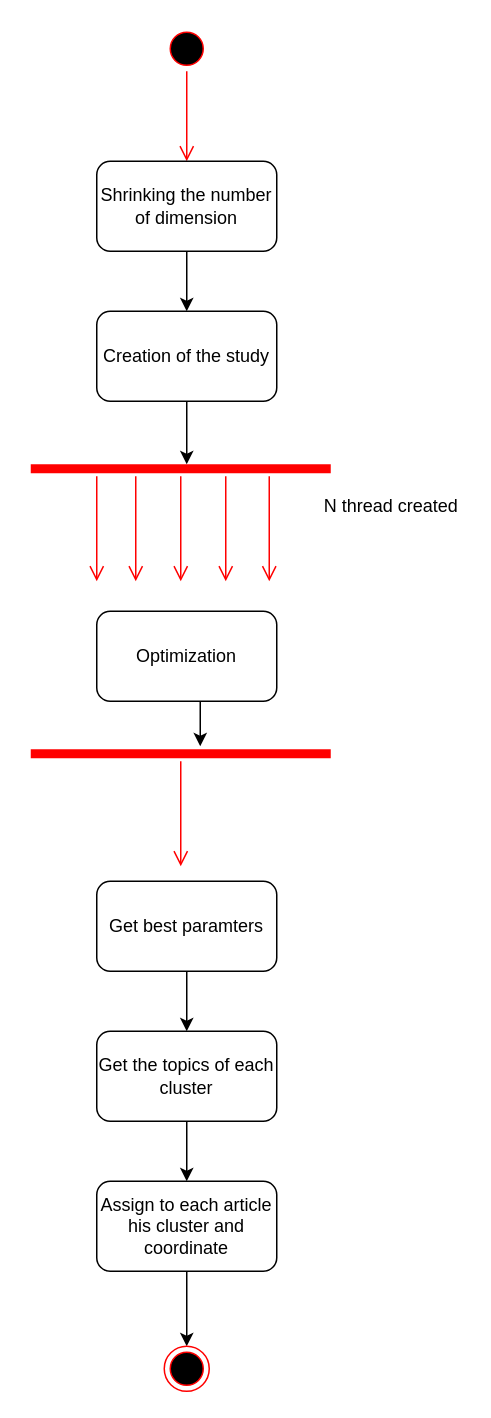
This is documents/BackEnd/clustering_diagram.drawio from khptif/systematic-review-topic, a draw.io file, before an edit. Source tidied: cells renumbered, new cells numbered last; positions are measured from the earlier drawing's top-left corner, leaving out a move shared by most shapes. Both pictures are drawn from the tidied source at 150%, with x=0, y=0 at pixel (30, 26).
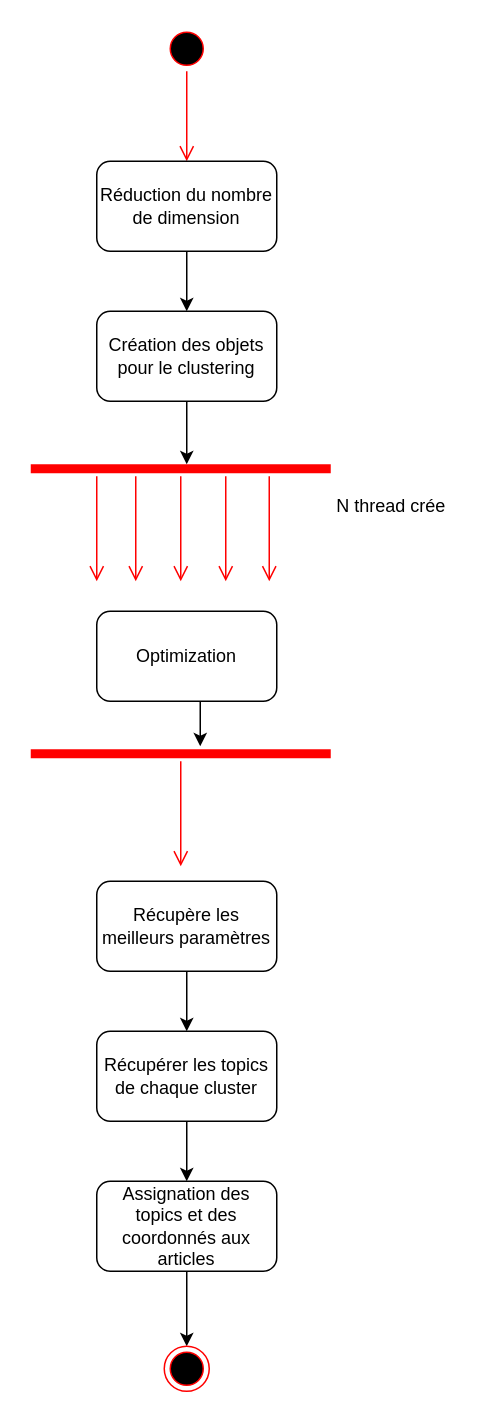
The same page after the edit.

Change to the diagram source:
```diff
@@
-    <mxCell id="5" value="Shrinking the number of dimension" style="rounded=1;whiteSpace=wrap;html=1;" parent="1" vertex="1">
+    <mxCell id="5" value="Réduction du nombre de dimension" style="rounded=1;whiteSpace=wrap;html=1;" parent="1" vertex="1">
       <mxGeometry x="44" y="90" width="120" height="60" as="geometry" />
     </mxCell>
-    <mxCell id="6" value="Creation of the study" style="rounded=1;whiteSpace=wrap;html=1;" parent="1" vertex="1">
+    <mxCell id="6" value="Création des objets pour le clustering" style="rounded=1;whiteSpace=wrap;html=1;" parent="1" vertex="1">
       <mxGeometry x="44" y="190" width="120" height="60" as="geometry" />
     </mxCell>
@@
-    <mxCell id="9" value="N thread created" style="text;html=1;align=center;verticalAlign=middle;" parent="1" vertex="1">
-      <mxGeometry x="190" y="310" width="100" height="20" as="geometry" />
+    <mxCell id="9" value="N thread crée" style="text;html=1;align=center;verticalAlign=middle;" parent="1" vertex="1">
+      <mxGeometry x="195" y="310" width="90" height="20" as="geometry" />
     </mxCell>
@@
-    <mxCell id="20" value="Get best paramters" style="rounded=1;whiteSpace=wrap;html=1;" parent="1" vertex="1">
+    <mxCell id="20" value="Récupère les meilleurs paramètres" style="rounded=1;whiteSpace=wrap;html=1;" parent="1" vertex="1">
       <mxGeometry x="44" y="570" width="120" height="60" as="geometry" />
     </mxCell>
@@
-    <mxCell id="22" value="Get the topics of each cluster" style="rounded=1;whiteSpace=wrap;html=1;" parent="1" vertex="1">
+    <mxCell id="22" value="Récupérer les topics de chaque cluster" style="rounded=1;whiteSpace=wrap;html=1;" parent="1" vertex="1">
       <mxGeometry x="44" y="670" width="120" height="60" as="geometry" />
     </mxCell>
@@
-    <mxCell id="24" value="Assign to each article his cluster and coordinate" style="rounded=1;whiteSpace=wrap;html=1;" parent="1" vertex="1">
+    <mxCell id="24" value="Assignation des topics et des coordonnés aux articles" style="rounded=1;whiteSpace=wrap;html=1;" parent="1" vertex="1">
       <mxGeometry x="44" y="770" width="120" height="60" as="geometry" />
     </mxCell>
```
